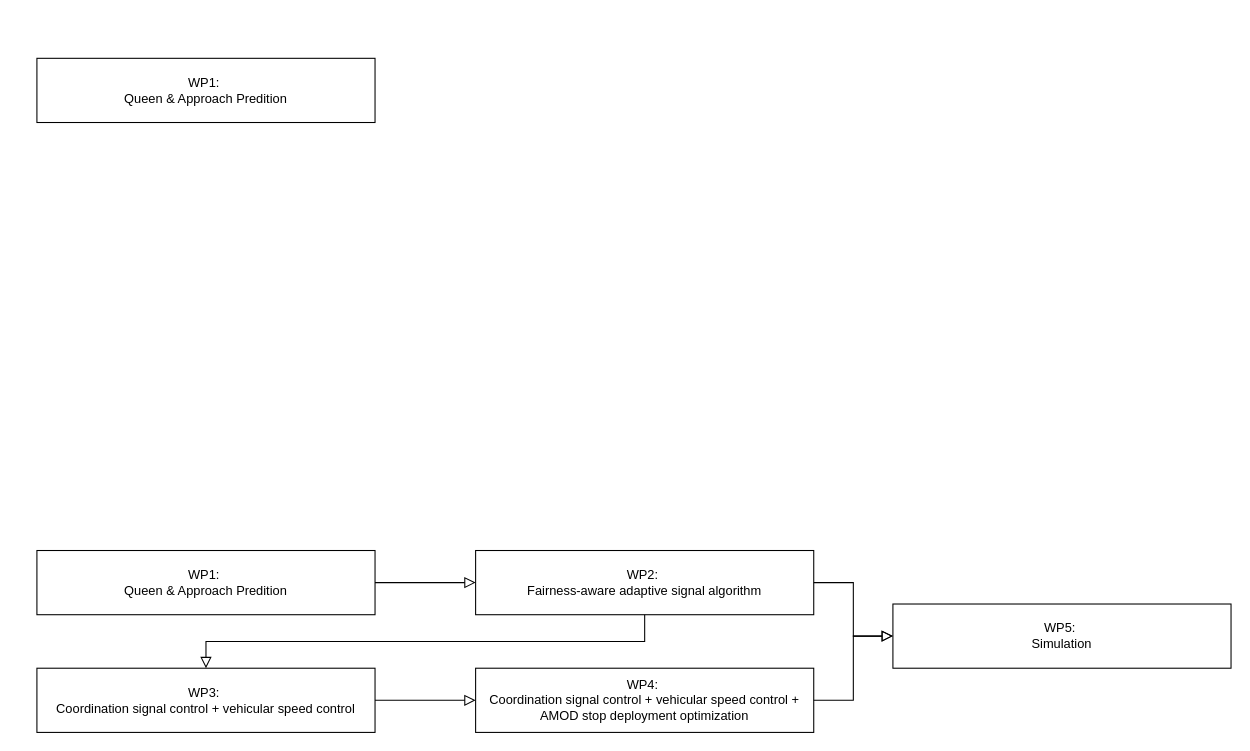
Above: WP_structure.drawio in menglinyang19/AgiMo (draw.io), before the change. Source tidied: cells renumbered, new cells numbered last; positions are measured from the earlier drawing's top-left corner, leaving out a move shared by most shapes. Both pictures are drawn from the tidied source at 107%, with x=0, y=0 at pixel (36, 58).
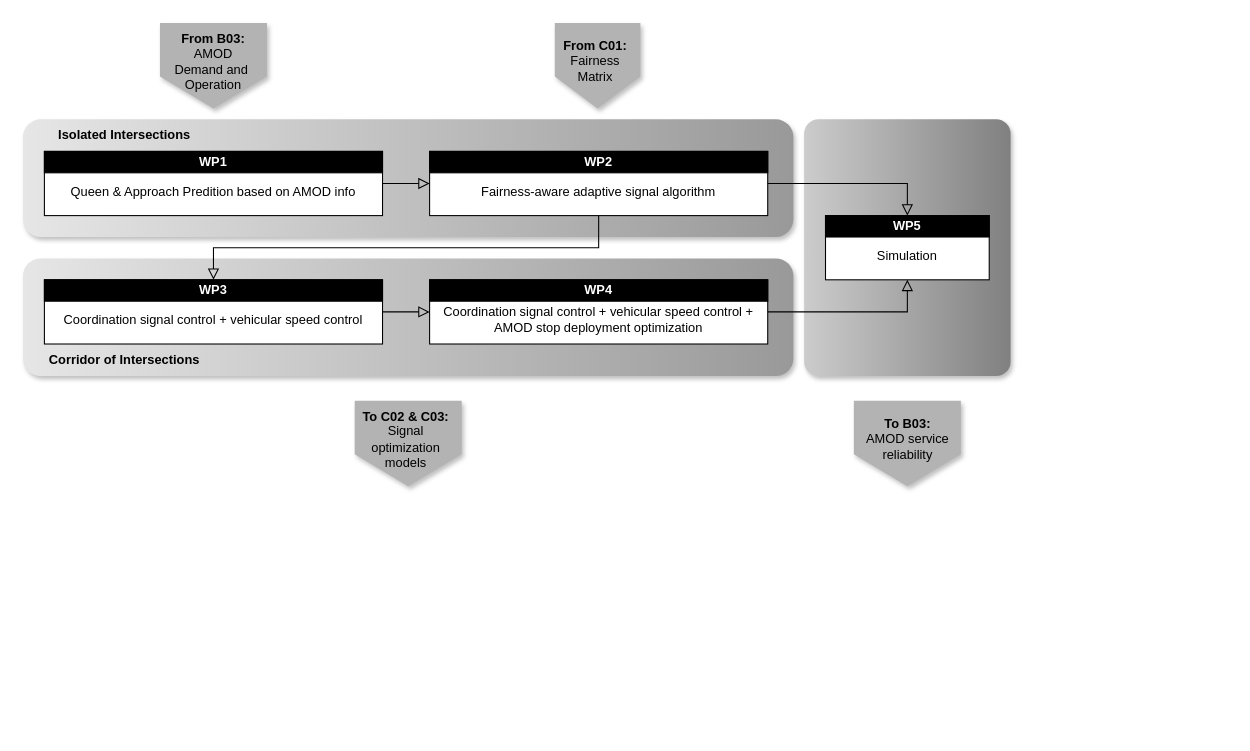
The same diagram, later.

The edit, as a diff of the source:
```diff
@@
-    <mxCell id="2" value="WP1:&amp;nbsp;&lt;div&gt;Queen &amp;amp; Approach Predition&lt;/div&gt;" style="rounded=0;whiteSpace=wrap;html=1;" parent="1" vertex="1">
-      <mxGeometry y="460" width="316" height="60" as="geometry" />
-    </mxCell>
-    <mxCell id="3" value="WP2:&amp;nbsp;&lt;div&gt;Fairness-aware adaptive signal algorithm&lt;/div&gt;" style="rounded=0;whiteSpace=wrap;html=1;" parent="1" vertex="1">
-      <mxGeometry x="410" y="460" width="316" height="60" as="geometry" />
-    </mxCell>
-    <mxCell id="4" value="WP3:&amp;nbsp;&lt;div&gt;Coordination signal control + vehicular speed control&lt;/div&gt;" style="rounded=0;whiteSpace=wrap;html=1;" parent="1" vertex="1">
-      <mxGeometry y="570" width="316" height="60" as="geometry" />
-    </mxCell>
-    <mxCell id="5" value="WP4:&amp;nbsp;&lt;div&gt;Coordination signal control + vehicular speed control + AMOD stop deployment optimization&lt;/div&gt;" style="rounded=0;whiteSpace=wrap;html=1;" parent="1" vertex="1">
-      <mxGeometry x="410" y="570" width="316" height="60" as="geometry" />
-    </mxCell>
-    <mxCell id="6" value="WP5:&amp;nbsp;&lt;div&gt;Simulation&lt;/div&gt;" style="rounded=0;whiteSpace=wrap;html=1;" parent="1" vertex="1">
-      <mxGeometry x="800" y="510" width="316" height="60" as="geometry" />
-    </mxCell>
+    <mxCell id="13" style="rounded=1;whiteSpace=wrap;html=1;fillStyle=hatch;fillColor=#CCCCCC;gradientColor=#808080;gradientDirection=east;strokeColor=none;arcSize=7;shadow=1;" parent="1" vertex="1">
+      <mxGeometry x="717" y="57" width="193" height="240" as="geometry" />
+    </mxCell>
+    <mxCell id="14" style="rounded=1;whiteSpace=wrap;html=1;fillStyle=hatch;fillColor=#E6E6E6;gradientColor=#999999;gradientDirection=east;strokeColor=none;shadow=1;" parent="1" vertex="1">
+      <mxGeometry x="-13" y="187" width="720" height="110" as="geometry" />
+    </mxCell>
+    <mxCell id="15" style="rounded=1;whiteSpace=wrap;html=1;fillStyle=auto;fillColor=#E6E6E6;gradientColor=#999999;gradientDirection=east;dashed=1;strokeColor=none;shadow=1;" parent="1" vertex="1">
+      <mxGeometry x="-13" y="57" width="720" height="110" as="geometry" />
+    </mxCell>
+    <mxCell id="16" style="group;dashed=1;rounded=0;" parent="1" vertex="1">
+      <mxGeometry x="367" y="207" width="710" height="90" as="geometry" />
+    </mxCell>
+    <mxCell id="17" value="&lt;div&gt;&lt;/div&gt;&lt;div&gt;&lt;br&gt;&lt;/div&gt;&lt;div&gt;Coordination signal control + vehicular speed control + AMOD stop deployment optimization&lt;br&gt;&lt;/div&gt;" style="rounded=0;whiteSpace=wrap;html=1;" parent="16" vertex="1">
+      <mxGeometry width="316" height="60" as="geometry" />
+    </mxCell>
+    <mxCell id="18" value="&lt;span style=&quot;font-family: Helvetica; font-size: 12px; font-style: normal; font-variant-ligatures: normal; font-variant-caps: normal; letter-spacing: normal; orphans: 2; text-indent: 0px; text-transform: none; widows: 2; word-spacing: 0px; -webkit-text-stroke-width: 0px; white-space: normal; text-decoration-thickness: initial; text-decoration-style: initial; text-decoration-color: initial; float: none; background-color: rgb(0, 0, 0); display: inline !important;&quot;&gt;&lt;font style=&quot;&quot; color=&quot;#ffffff&quot;&gt;&lt;b&gt;WP4&lt;/b&gt;&lt;/font&gt;&lt;/span&gt;" style="rounded=0;whiteSpace=wrap;html=1;align=center;verticalAlign=middle;fillColor=#000000;" parent="16" vertex="1">
+      <mxGeometry width="316" height="20" as="geometry" />
+    </mxCell>
+    <mxCell id="19" value="&lt;b&gt;Corridor of Intersections&lt;/b&gt;" style="text;html=1;align=center;verticalAlign=middle;whiteSpace=wrap;rounded=0;" parent="16" vertex="1">
+      <mxGeometry x="-360" y="60" width="150" height="30" as="geometry" />
+    </mxCell>
+    <mxCell id="20" style="group;rounded=0;" parent="1" vertex="1">
+      <mxGeometry x="7" y="207" width="316" height="60" as="geometry" />
+    </mxCell>
+    <mxCell id="21" value="&lt;div&gt;&lt;/div&gt;&lt;div&gt;&lt;br&gt;&lt;/div&gt;&lt;div&gt;Coordination signal control + vehicular speed control&lt;br&gt;&lt;/div&gt;" style="rounded=0;whiteSpace=wrap;html=1;" parent="20" vertex="1">
+      <mxGeometry width="316" height="60" as="geometry" />
+    </mxCell>
+    <mxCell id="22" value="&lt;span style=&quot;font-family: Helvetica; font-size: 12px; font-style: normal; font-variant-ligatures: normal; font-variant-caps: normal; letter-spacing: normal; orphans: 2; text-indent: 0px; text-transform: none; widows: 2; word-spacing: 0px; -webkit-text-stroke-width: 0px; white-space: normal; text-decoration-thickness: initial; text-decoration-style: initial; text-decoration-color: initial; float: none; background-color: rgb(0, 0, 0); display: inline !important;&quot;&gt;&lt;font style=&quot;&quot; color=&quot;#ffffff&quot;&gt;&lt;b&gt;WP3&lt;/b&gt;&lt;/font&gt;&lt;/span&gt;" style="rounded=0;whiteSpace=wrap;html=1;align=center;verticalAlign=middle;fillColor=#000000;" parent="20" vertex="1">
+      <mxGeometry width="316" height="20" as="geometry" />
+    </mxCell>
-    <mxCell id="7" style="edgeStyle=orthogonalEdgeStyle;rounded=0;html=1;jettySize=auto;fontSize=11;endArrow=block;endFill=0;endSize=8;strokeWidth=1;shadow=0;labelBackgroundColor=none;exitX=1;exitY=0.5;exitDx=0;exitDy=0;entryX=0;entryY=0.5;entryDx=0;entryDy=0;" parent="1" edge="1" source="2" target="3">
-      <mxGeometry y="10" relative="1" as="geometry" />
+    <mxCell id="7" style="edgeStyle=orthogonalEdgeStyle;rounded=0;html=1;jettySize=auto;fontSize=11;endArrow=block;endFill=0;endSize=8;strokeWidth=1;shadow=0;labelBackgroundColor=none;exitX=1;exitY=0.5;exitDx=0;exitDy=0;" parent="1" edge="1" source="12">
+      <mxGeometry y="10" relative="1" as="geometry">
+        <mxPoint x="367" y="117" as="targetPoint" />
+      </mxGeometry>
     </mxCell>
-    <mxCell id="8" style="edgeStyle=orthogonalEdgeStyle;rounded=0;html=1;jettySize=auto;fontSize=11;endArrow=block;endFill=0;endSize=8;strokeWidth=1;shadow=0;labelBackgroundColor=none;exitX=1;exitY=0.5;exitDx=0;exitDy=0;entryX=0;entryY=0.5;entryDx=0;entryDy=0;" parent="1" edge="1" source="3" target="6">
-      <mxGeometry y="10" relative="1" as="geometry" />
-    </mxCell>
-    <mxCell id="9" style="edgeStyle=orthogonalEdgeStyle;rounded=0;html=1;jettySize=auto;fontSize=11;endArrow=block;endFill=0;endSize=8;strokeWidth=1;shadow=0;labelBackgroundColor=none;exitX=0.5;exitY=1;exitDx=0;exitDy=0;" parent="1" edge="1" source="3" target="4">
-      <mxGeometry y="10" relative="1" as="geometry" />
-    </mxCell>
-    <mxCell id="10" style="edgeStyle=orthogonalEdgeStyle;rounded=0;html=1;jettySize=auto;fontSize=11;endArrow=block;endFill=0;endSize=8;strokeWidth=1;shadow=0;labelBackgroundColor=none;exitX=1;exitY=0.5;exitDx=0;exitDy=0;" parent="1" edge="1" source="4">
-      <mxGeometry y="10" relative="1" as="geometry">
-        <mxPoint x="410" y="600" as="targetPoint" />
-      </mxGeometry>
-    </mxCell>
-    <mxCell id="11" style="edgeStyle=orthogonalEdgeStyle;rounded=0;html=1;jettySize=auto;fontSize=11;endArrow=block;endFill=0;endSize=8;strokeWidth=1;shadow=0;labelBackgroundColor=none;exitX=1;exitY=0.5;exitDx=0;exitDy=0;entryX=0;entryY=0.5;entryDx=0;entryDy=0;" parent="1" edge="1" source="5" target="6">
-      <mxGeometry y="10" relative="1" as="geometry" />
-    </mxCell>
+    <mxCell id="23" style="edgeStyle=orthogonalEdgeStyle;rounded=0;html=1;jettySize=auto;fontSize=11;endArrow=block;endFill=0;endSize=8;strokeWidth=1;shadow=0;labelBackgroundColor=none;exitX=1;exitY=0.5;exitDx=0;exitDy=0;entryX=0;entryY=0.5;entryDx=0;entryDy=0;" parent="1" edge="1" source="21" target="17">
+      <mxGeometry y="10" relative="1" as="geometry" />
+    </mxCell>
+    <mxCell id="24" style="edgeStyle=orthogonalEdgeStyle;rounded=0;html=1;jettySize=auto;fontSize=11;endArrow=block;endFill=0;endSize=8;strokeWidth=1;shadow=0;labelBackgroundColor=none;exitX=1;exitY=0.5;exitDx=0;exitDy=0;entryX=0.5;entryY=1;entryDx=0;entryDy=0;" parent="1" edge="1" source="17" target="40">
+      <mxGeometry y="10" relative="1" as="geometry" />
+    </mxCell>
+    <mxCell id="25" value="&lt;b&gt;Isolated Intersections&lt;/b&gt;" style="text;html=1;align=center;verticalAlign=middle;whiteSpace=wrap;rounded=0;" parent="1" vertex="1">
+      <mxGeometry x="7" y="57" width="150" height="30" as="geometry" />
+    </mxCell>
+    <mxCell id="26" style="edgeStyle=orthogonalEdgeStyle;rounded=0;html=1;jettySize=auto;fontSize=11;endArrow=block;endFill=0;endSize=8;strokeWidth=1;shadow=0;labelBackgroundColor=none;exitX=0.5;exitY=1;exitDx=0;exitDy=0;entryX=0.5;entryY=0;entryDx=0;entryDy=0;" parent="1" edge="1" source="37" target="22">
+      <mxGeometry y="10" relative="1" as="geometry" />
+    </mxCell>
+    <mxCell id="27" style="group;shadow=1;rounded=0;" parent="1" vertex="1">
+      <mxGeometry x="7" y="87" width="316" height="60" as="geometry" />
+    </mxCell>
-    <mxCell id="12" value="WP1:&amp;nbsp;&lt;div&gt;Queen &amp;amp; Approach Predition&lt;/div&gt;" style="rounded=0;whiteSpace=wrap;html=1;" parent="1" vertex="1">
+    <mxCell id="12" value="&lt;div&gt;&lt;br&gt;&lt;/div&gt;&lt;div&gt;Queen &amp;amp; Approach Predition based on AMOD info&lt;/div&gt;" style="rounded=0;whiteSpace=wrap;html=1;" parent="27" vertex="1">
       <mxGeometry width="316" height="60" as="geometry" />
     </mxCell>
+    <mxCell id="28" value="&lt;span style=&quot;font-family: Helvetica; font-size: 12px; font-style: normal; font-variant-ligatures: normal; font-variant-caps: normal; letter-spacing: normal; orphans: 2; text-indent: 0px; text-transform: none; widows: 2; word-spacing: 0px; -webkit-text-stroke-width: 0px; white-space: normal; text-decoration-thickness: initial; text-decoration-style: initial; text-decoration-color: initial; float: none; background-color: rgb(0, 0, 0); display: inline !important;&quot;&gt;&lt;font style=&quot;&quot; color=&quot;#ffffff&quot;&gt;&lt;b&gt;WP1&lt;/b&gt;&lt;/font&gt;&lt;/span&gt;" style="rounded=0;whiteSpace=wrap;html=1;align=center;verticalAlign=middle;fillColor=#000000;" parent="27" vertex="1">
+      <mxGeometry width="316" height="20" as="geometry" />
+    </mxCell>
+    <mxCell id="29" style="shape=offPageConnector;whiteSpace=wrap;html=1;rounded=0;fillColor=#B3B3B3;strokeColor=none;shadow=1;" parent="1" vertex="1">
+      <mxGeometry x="115" y="-33" width="100" height="80" as="geometry" />
+    </mxCell>
+    <mxCell id="30" value="From B03:&lt;div&gt;&lt;span style=&quot;font-weight: normal;&quot;&gt;AMOD Demand and&amp;nbsp; Operation&lt;/span&gt;&lt;/div&gt;" style="text;html=1;align=center;verticalAlign=middle;whiteSpace=wrap;rounded=0;fontStyle=1;" parent="1" vertex="1">
+      <mxGeometry x="125" y="-14.5" width="80" height="35" as="geometry" />
+    </mxCell>
+    <mxCell id="31" style="shape=offPageConnector;whiteSpace=wrap;html=1;rounded=0;fillColor=#B3B3B3;strokeColor=none;shadow=1;" parent="1" vertex="1">
+      <mxGeometry x="484" y="-33" width="80" height="80" as="geometry" />
+    </mxCell>
+    <mxCell id="32" value="From C01:&lt;div&gt;&lt;span style=&quot;font-weight: normal;&quot;&gt;Fairness&lt;/span&gt;&lt;/div&gt;&lt;div&gt;&lt;span style=&quot;font-weight: normal;&quot;&gt;Matrix&lt;/span&gt;&lt;/div&gt;" style="text;html=1;align=center;verticalAlign=middle;whiteSpace=wrap;rounded=0;fontStyle=1;" parent="1" vertex="1">
+      <mxGeometry x="490" y="-14.5" width="64" height="35" as="geometry" />
+    </mxCell>
+    <mxCell id="33" style="shape=offPageConnector;whiteSpace=wrap;html=1;rounded=0;fillColor=#B3B3B3;strokeColor=none;shadow=1;" parent="1" vertex="1">
+      <mxGeometry x="763.5" y="320" width="100" height="80" as="geometry" />
+    </mxCell>
+    <mxCell id="34" value="To B03:&lt;div&gt;&lt;span style=&quot;font-weight: normal;&quot;&gt;AMOD service reliability&lt;/span&gt;&lt;/div&gt;" style="text;html=1;align=center;verticalAlign=middle;whiteSpace=wrap;rounded=0;fontStyle=1;" parent="1" vertex="1">
+      <mxGeometry x="773.5" y="338.5" width="80" height="35" as="geometry" />
+    </mxCell>
+    <mxCell id="35" style="shape=offPageConnector;whiteSpace=wrap;html=1;rounded=0;fillColor=#B3B3B3;strokeColor=none;shadow=1;" parent="1" vertex="1">
+      <mxGeometry x="297" y="320" width="100" height="80" as="geometry" />
+    </mxCell>
+    <mxCell id="36" value="To C02 &amp;amp; C03:&lt;div&gt;&lt;span style=&quot;font-weight: normal;&quot;&gt;Signal optimization models&lt;/span&gt;&lt;/div&gt;" style="text;html=1;align=center;verticalAlign=middle;whiteSpace=wrap;rounded=0;fontStyle=1;" parent="1" vertex="1">
+      <mxGeometry x="303" y="338.5" width="84" height="35" as="geometry" />
+    </mxCell>
+    <mxCell id="37" value="&lt;div&gt;&lt;br&gt;&lt;/div&gt;Fairness-aware adaptive signal algorithm" style="rounded=0;whiteSpace=wrap;html=1;" parent="1" vertex="1">
+      <mxGeometry x="367" y="87" width="316" height="60" as="geometry" />
+    </mxCell>
+    <mxCell id="38" value="&lt;span style=&quot;font-family: Helvetica; font-size: 12px; font-style: normal; font-variant-ligatures: normal; font-variant-caps: normal; letter-spacing: normal; orphans: 2; text-indent: 0px; text-transform: none; widows: 2; word-spacing: 0px; -webkit-text-stroke-width: 0px; white-space: normal; text-decoration-thickness: initial; text-decoration-style: initial; text-decoration-color: initial; float: none; background-color: rgb(0, 0, 0); display: inline !important;&quot;&gt;&lt;font style=&quot;&quot; color=&quot;#ffffff&quot;&gt;&lt;b&gt;WP2&lt;/b&gt;&lt;/font&gt;&lt;/span&gt;" style="rounded=0;whiteSpace=wrap;html=1;align=center;verticalAlign=middle;fillColor=#000000;" parent="1" vertex="1">
+      <mxGeometry x="367" y="87" width="316" height="20" as="geometry" />
+    </mxCell>
+    <mxCell id="39" style="group;rounded=0;" parent="1" vertex="1">
+      <mxGeometry x="737" y="147" width="153" height="60" as="geometry" />
+    </mxCell>
+    <mxCell id="40" value="&lt;div&gt;&lt;/div&gt;&lt;div&gt;&lt;br&gt;&lt;/div&gt;&lt;div&gt;Simulation&lt;/div&gt;" style="rounded=0;whiteSpace=wrap;html=1;" parent="39" vertex="1">
+      <mxGeometry width="153" height="60" as="geometry" />
+    </mxCell>
+    <mxCell id="41" value="&lt;span style=&quot;font-family: Helvetica; font-size: 12px; font-style: normal; font-variant-ligatures: normal; font-variant-caps: normal; letter-spacing: normal; orphans: 2; text-indent: 0px; text-transform: none; widows: 2; word-spacing: 0px; -webkit-text-stroke-width: 0px; white-space: normal; text-decoration-thickness: initial; text-decoration-style: initial; text-decoration-color: initial; float: none; background-color: rgb(0, 0, 0); display: inline !important;&quot;&gt;&lt;font style=&quot;&quot; color=&quot;#ffffff&quot;&gt;&lt;b&gt;WP5&lt;/b&gt;&lt;/font&gt;&lt;/span&gt;" style="rounded=0;whiteSpace=wrap;html=1;align=center;verticalAlign=middle;fillColor=#000000;" parent="39" vertex="1">
+      <mxGeometry width="153" height="20" as="geometry" />
+    </mxCell>
+    <mxCell id="42" style="edgeStyle=orthogonalEdgeStyle;rounded=0;html=1;jettySize=auto;fontSize=11;endArrow=block;endFill=0;endSize=8;strokeWidth=1;shadow=0;labelBackgroundColor=none;exitX=1;exitY=0.5;exitDx=0;exitDy=0;entryX=0.5;entryY=0;entryDx=0;entryDy=0;" parent="1" edge="1" source="37" target="41">
+      <mxGeometry y="10" relative="1" as="geometry" />
+    </mxCell>
```
